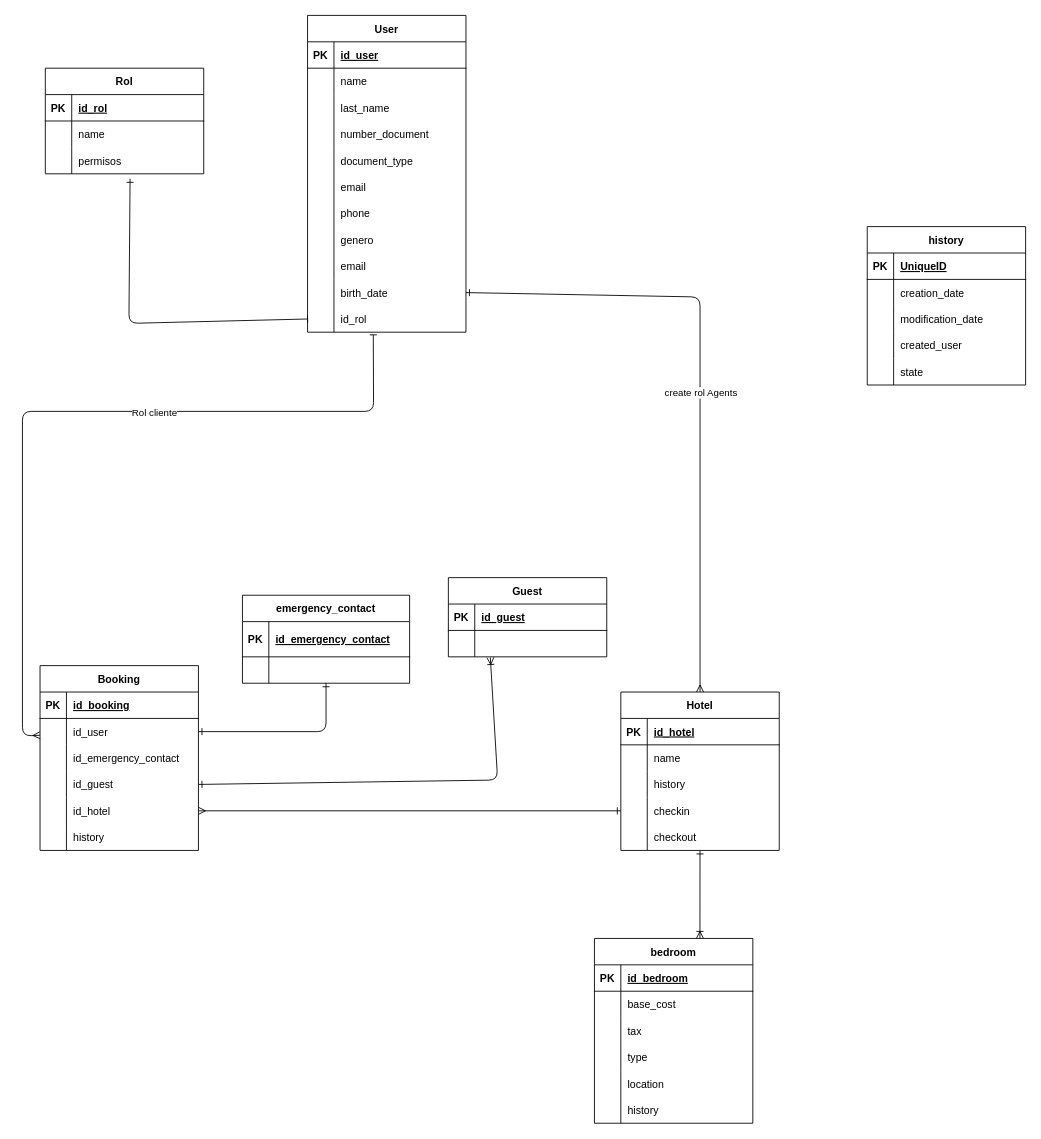
Earlier version of the draw.io diagram diagrams/database.drawio (renejal/HotelServiceApi). Source tidied: cells renumbered, new cells numbered last; positions are measured from the earlier drawing's top-left corner, leaving out a move shared by most shapes. Both pictures are drawn from the tidied source at 88%, with x=0, y=0 at pixel (22, 15).
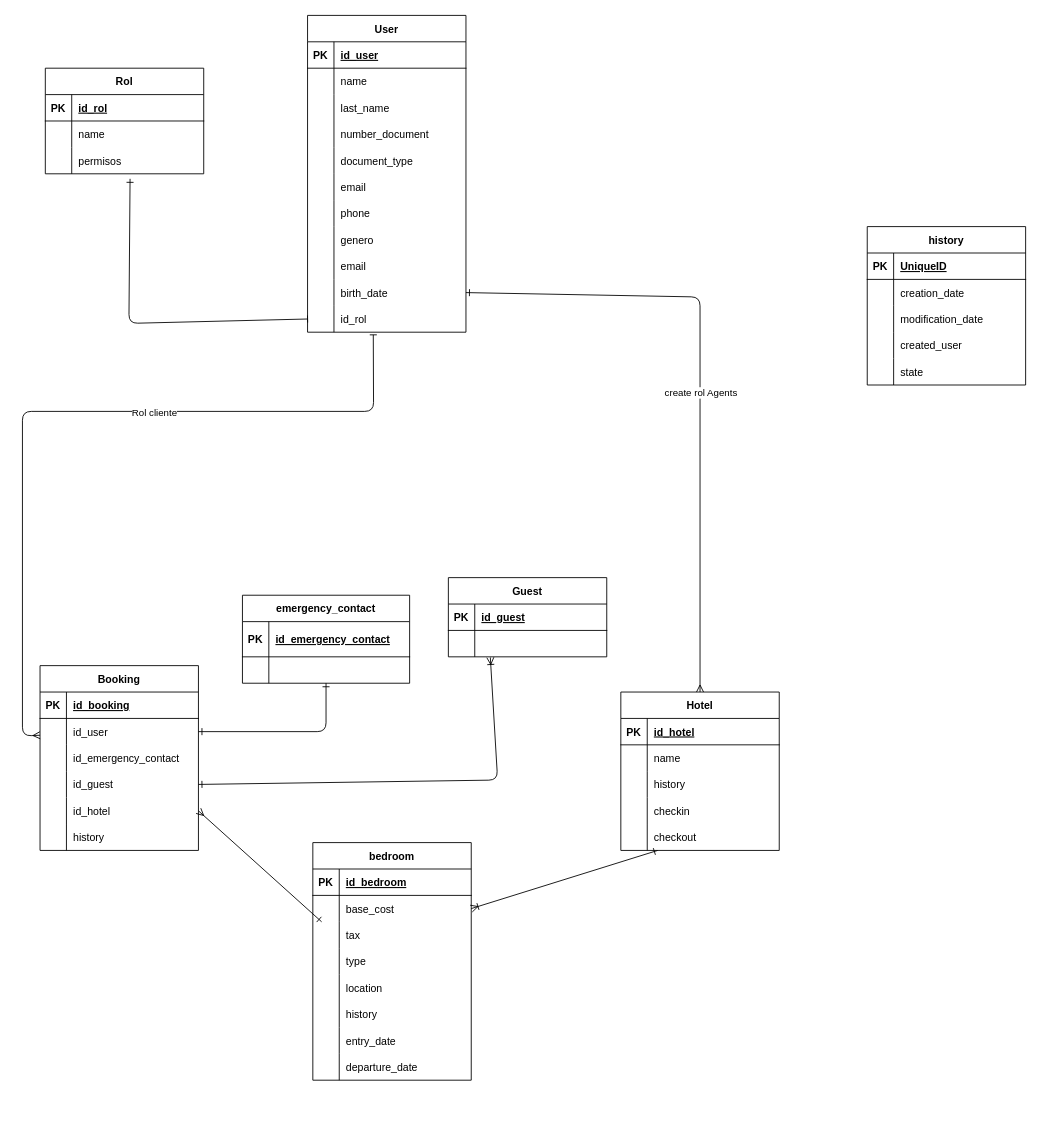
Above is the later version.

The change refers to these unchanged cells:
```xml
<mxCell id="15" style="shape=tableRow;horizontal=0;startSize=0;swimlaneHead=0;swimlaneBody=0;fillColor=none;points=[[0,0.5],[1,0.5]];portConstraint=eastwest;top=0;left=0;right=0;bottom=0;" parent="2" vertex="1">
  <mxGeometry y="150" width="180" height="30" as="geometry" />
</mxCell>
<mxCell id="34" style="shape=tableRow;horizontal=0;startSize=0;swimlaneHead=0;swimlaneBody=0;fillColor=none;points=[[0,0.5],[1,0.5]];portConstraint=eastwest;top=0;left=0;right=0;bottom=0;" parent="21" vertex="1">
  <mxGeometry y="150" width="180" height="30" as="geometry" />
</mxCell>
<mxCell id="41" style="shape=tableRow;horizontal=0;startSize=0;swimlaneHead=0;swimlaneBody=0;fillColor=none;points=[[0,0.5],[1,0.5]];portConstraint=eastwest;top=0;left=0;right=0;bottom=0;" parent="37" vertex="1">
  <mxGeometry y="60" width="180" height="30" as="geometry" />
</mxCell>
```

Diff of the diagram source:
```diff
@@
     <mxCell id="37" value="bedroom" style="shape=table;startSize=30;childLayout=tableLayout;rowLines=0;fontStyle=1;align=center;" parent="1" vertex="1">
-      <mxGeometry x="650" y="1048.9" width="180" height="210" as="geometry" />
+      <mxGeometry x="330" y="940" width="180" height="270" as="geometry" />
     </mxCell>
@@
+    <mxCell id="139" style="shape=tableRow;horizontal=0;startSize=0;swimlaneHead=0;swimlaneBody=0;fillColor=none;top=0;left=0;right=0;bottom=0;" parent="37" vertex="1">
+      <mxGeometry y="210" width="180" height="30" as="geometry" />
+    </mxCell>
+    <mxCell id="140" style="shape=partialRectangle;fillColor=none;top=0;left=0;bottom=0;right=0;overflow=hidden;" parent="139" vertex="1">
+      <mxGeometry width="30" height="30" as="geometry" />
+    </mxCell>
+    <mxCell id="141" value="entry_date" style="shape=partialRectangle;fillColor=none;top=0;left=0;bottom=0;right=0;align=left;spacingLeft=6;overflow=hidden;" parent="139" vertex="1">
+      <mxGeometry x="30" width="150" height="30" as="geometry" />
+    </mxCell>
+    <mxCell id="142" style="shape=tableRow;horizontal=0;startSize=0;swimlaneHead=0;swimlaneBody=0;fillColor=none;top=0;left=0;right=0;bottom=0;" parent="37" vertex="1">
+      <mxGeometry y="240" width="180" height="30" as="geometry" />
+    </mxCell>
+    <mxCell id="143" style="shape=partialRectangle;fillColor=none;top=0;left=0;bottom=0;right=0;overflow=hidden;" parent="142" vertex="1">
+      <mxGeometry width="30" height="30" as="geometry" />
+    </mxCell>
+    <mxCell id="144" value="departure_date" style="shape=partialRectangle;fillColor=none;top=0;left=0;bottom=0;right=0;align=left;spacingLeft=6;overflow=hidden;" parent="142" vertex="1">
+      <mxGeometry x="30" width="150" height="30" as="geometry" />
+    </mxCell>
@@
-    <mxCell id="58" style="fontSize=12;html=1;endArrow=ERone;endFill=0;exitX=0.666;exitY=0;exitDx=0;exitDy=0;exitPerimeter=0;startArrow=ERoneToMany;startFill=0;" parent="1" edge="1" source="37" target="34">
+    <mxCell id="58" style="fontSize=12;html=1;endArrow=ERone;endFill=0;exitX=1;exitY=0.5;exitDx=0;exitDy=0;startArrow=ERoneToMany;startFill=0;" parent="1" edge="1" source="41" target="34">
       <mxGeometry relative="1" as="geometry" />
     </mxCell>
@@
-    <mxCell id="122" style="html=1;entryX=0;entryY=0.5;entryDx=0;entryDy=0;startArrow=ERmany;startFill=0;endArrow=ERone;endFill=0;exitX=1;exitY=0.5;exitDx=0;exitDy=0;" parent="1" edge="1" source="15">
+    <mxCell id="122" style="html=1;startArrow=ERmany;startFill=0;endArrow=ERone;endFill=0;exitX=1;exitY=0.5;exitDx=0;exitDy=0;" parent="1" edge="1" source="15">
       <mxGeometry relative="1" as="geometry">
-        <mxPoint x="680" y="903.9" as="targetPoint" />
+        <mxPoint x="340" y="1030" as="targetPoint" />
       </mxGeometry>
     </mxCell>
```
